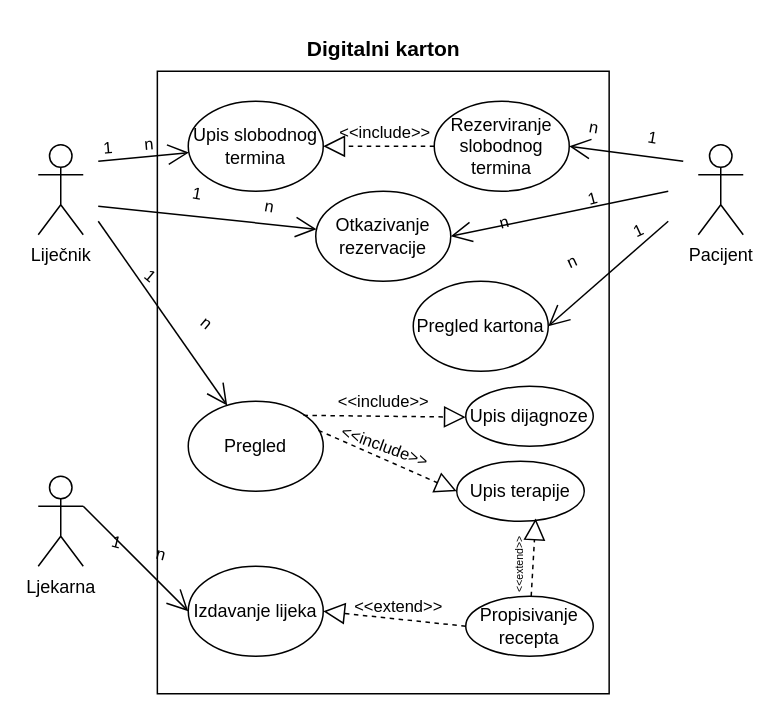
The draw.io diagram DZ03/Izvorne datoteke/UserCase.drawio in simunjelic/PIS-projekt, before the edit. Source tidied: cells renumbered, new cells numbered last; positions are measured from the earlier drawing's top-left corner, leaving out a move shared by most shapes. Both pictures are drawn from the tidied source at 150%, with x=0, y=0 at pixel (38, 26).
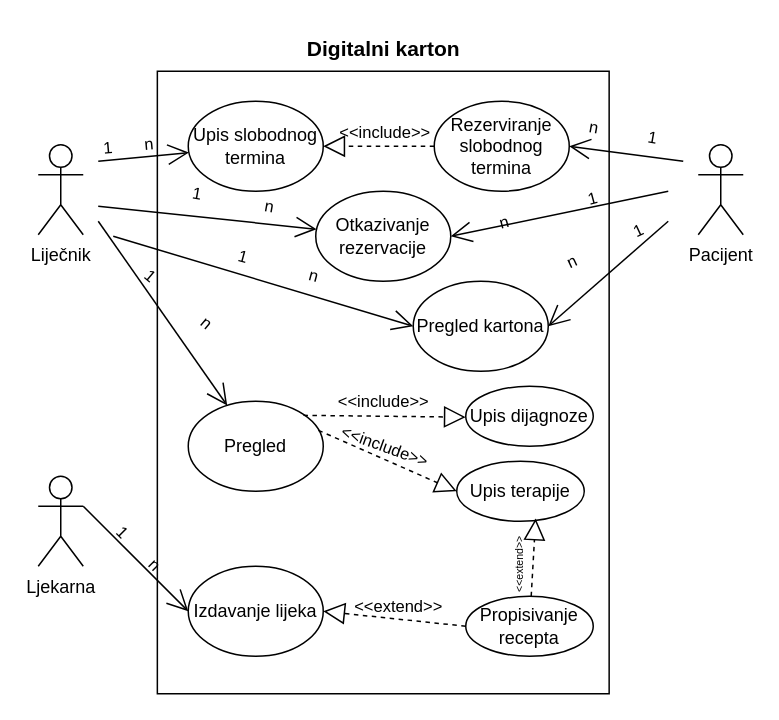
The same diagram, later.

Unchanged cells that the change refers to:
```xml
<mxCell id="35" style="endArrow=open;endFill=1;endSize=12;html=1;rounded=0;exitX=1;exitY=0.3333333333333333;exitDx=0;exitDy=0;exitPerimeter=0;entryX=0;entryY=0.5;entryDx=0;entryDy=0;" parent="1" edge="1" source="31" target="32">
  <mxGeometry relative="1" as="geometry" />
</mxCell>
<mxCell id="37" value="Pregled kartona" style="ellipse;whiteSpace=wrap;html=1;" parent="1" vertex="1">
  <mxGeometry x="250" y="170" width="90" height="60" as="geometry" />
</mxCell>
```

Change to the diagram source:
```diff
@@
-    <mxCell id="36" value="1&amp;nbsp; &amp;nbsp; &amp;nbsp; &amp;nbsp; n" style="edgeLabel;html=1;align=center;verticalAlign=middle;labelBackgroundColor=none;rotation=15;" parent="35" vertex="1">
+    <mxCell id="36" value="1&amp;nbsp; &amp;nbsp; &amp;nbsp; &amp;nbsp; n" style="edgeLabel;html=1;align=center;verticalAlign=middle;labelBackgroundColor=none;rotation=45;" parent="35" vertex="1">
       <mxGeometry x="0.23" y="1" relative="1" as="geometry">
         <mxPoint x="-7" y="-15" as="offset" />
       </mxGeometry>
     </mxCell>
@@
+    <mxCell id="40" style="endArrow=open;endFill=1;endSize=12;html=1;rounded=0;entryX=0;entryY=0.5;entryDx=0;entryDy=0;" parent="1" edge="1" target="37">
+      <mxGeometry relative="1" as="geometry">
+        <mxPoint x="50" y="140" as="sourcePoint" />
+      </mxGeometry>
+    </mxCell>
+    <mxCell id="41" value="1&amp;nbsp; &amp;nbsp; &amp;nbsp; &amp;nbsp; &amp;nbsp; &amp;nbsp; &amp;nbsp; n" style="edgeLabel;html=1;align=center;verticalAlign=middle;labelBackgroundColor=none;rotation=15;" parent="40" vertex="1">
+      <mxGeometry x="0.23" y="1" relative="1" as="geometry">
+        <mxPoint x="-13" y="-16" as="offset" />
+      </mxGeometry>
+    </mxCell>
```
